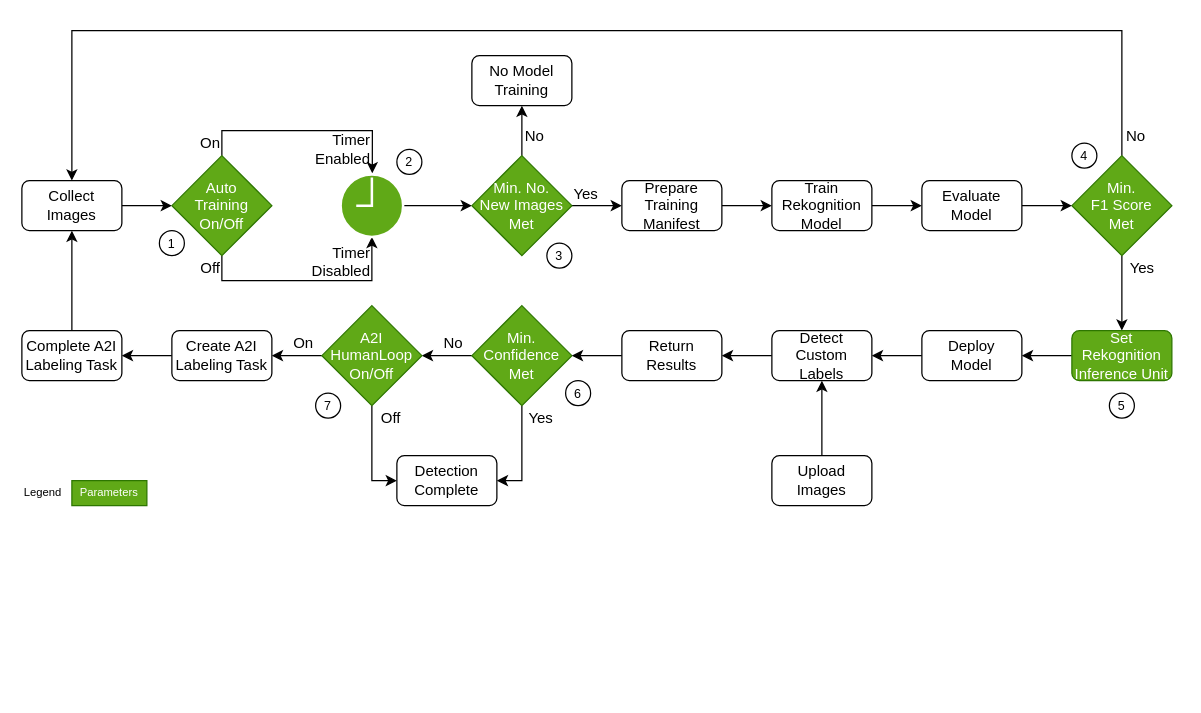
Above: assets/automated_workflow.drawio in aws-samples/amazon-rekognition-custom-labels-a2i-automated-continuous-model-improvement (draw.io), before the change. Source tidied: cells renumbered, new cells numbered last; positions are measured from the earlier drawing's top-left corner, leaving out a move shared by most shapes. Both pictures are drawn from the tidied source at 125%, with x=0, y=0 at pixel (21, 30).
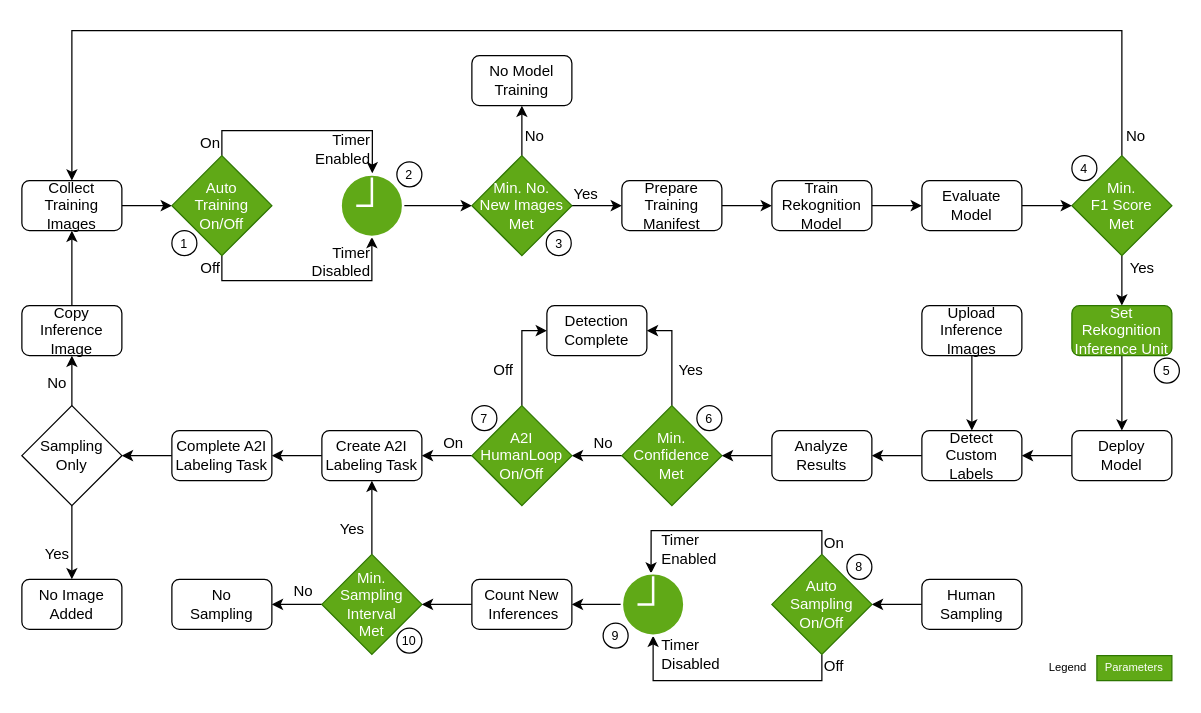
Above is the later version.

Change to the diagram source:
```diff
@@
-    <mxCell id="3" value="Collect&lt;br&gt;Images" style="whiteSpace=wrap;html=1;rounded=1;" parent="1" vertex="1">
+    <mxCell id="3" value="Collect Training&lt;br&gt;Images" style="whiteSpace=wrap;html=1;rounded=1;spacing=2;" parent="1" vertex="1">
       <mxGeometry y="120" width="80" height="40" as="geometry" />
     </mxCell>
@@
-    <mxCell id="23" style="edgeStyle=orthogonalEdgeStyle;rounded=0;jettySize=auto;html=1;exitX=0;exitY=0.5;exitDx=0;exitDy=0;entryX=1;entryY=0.5;entryDx=0;entryDy=0;fontSize=12;fontColor=#000000;" parent="1" edge="1" source="24" target="26">
+    <mxCell id="23" style="edgeStyle=orthogonalEdgeStyle;rounded=0;jettySize=auto;html=1;entryX=0.5;entryY=0;entryDx=0;entryDy=0;fontSize=12;fontColor=#000000;exitX=0.5;exitY=1;exitDx=0;exitDy=0;" parent="1" edge="1" source="24" target="26">
       <mxGeometry relative="1" as="geometry" />
     </mxCell>
     <mxCell id="24" value="Set Rekognition Inference Unit" style="whiteSpace=wrap;html=1;rounded=1;strokeColor=#2D7600;fillColor=#60a917;fontColor=#ffffff;" parent="1" vertex="1">
-      <mxGeometry x="840" y="240" width="80" height="40" as="geometry" />
+      <mxGeometry x="840" y="220" width="80" height="40" as="geometry" />
     </mxCell>
@@
     <mxCell id="26" value="Deploy&lt;br&gt;Model" style="whiteSpace=wrap;html=1;rounded=1;" parent="1" vertex="1">
-      <mxGeometry x="720" y="240" width="80" height="40" as="geometry" />
+      <mxGeometry x="840" y="320" width="80" height="40" as="geometry" />
     </mxCell>
@@
     <mxCell id="28" value="Detect&lt;br&gt;Custom Labels" style="whiteSpace=wrap;html=1;rounded=1;" parent="1" vertex="1">
-      <mxGeometry x="600" y="240" width="80" height="40" as="geometry" />
+      <mxGeometry x="720" y="320" width="80" height="40" as="geometry" />
     </mxCell>
-    <mxCell id="29" style="edgeStyle=orthogonalEdgeStyle;rounded=0;jettySize=auto;html=1;fontSize=12;fontColor=#000000;entryX=0.5;entryY=1;entryDx=0;entryDy=0;" parent="1" edge="1" source="30" target="28">
-      <mxGeometry relative="1" as="geometry" />
-    </mxCell>
-    <mxCell id="30" value="Upload&lt;br&gt;Images" style="whiteSpace=wrap;html=1;rounded=1;" parent="1" vertex="1">
-      <mxGeometry x="600" y="340" width="80" height="40" as="geometry" />
-    </mxCell>
@@
-    <mxCell id="32" style="edgeStyle=orthogonalEdgeStyle;rounded=0;jettySize=auto;html=1;entryX=1;entryY=0.5;entryDx=0;entryDy=0;fontSize=12;fontColor=#000000;" parent="1" edge="1" source="33" target="49">
+    <mxCell id="32" style="edgeStyle=orthogonalEdgeStyle;rounded=0;html=1;entryX=1;entryY=0.5;entryDx=0;entryDy=0;jettySize=auto;" parent="1" edge="1" source="33" target="49">
       <mxGeometry relative="1" as="geometry" />
     </mxCell>
     <mxCell id="33" value="Min.&lt;br&gt;Confidence&lt;br&gt;Met" style="rhombus;whiteSpace=wrap;html=1;rounded=0;strokeColor=#2D7600;fillColor=#60a917;fontColor=#ffffff;" parent="1" vertex="1">
-      <mxGeometry x="360" y="220" width="80" height="80" as="geometry" />
+      <mxGeometry x="480" y="300" width="80" height="80" as="geometry" />
     </mxCell>
-    <mxCell id="34" style="edgeStyle=orthogonalEdgeStyle;rounded=0;jettySize=auto;html=1;entryX=1;entryY=0.5;entryDx=0;entryDy=0;fontSize=12;fontColor=#000000;" parent="1" edge="1" source="35" target="33">
+    <mxCell id="34" style="edgeStyle=orthogonalEdgeStyle;rounded=0;jettySize=auto;html=1;entryX=1;entryY=0.5;entryDx=0;entryDy=0;fontSize=12;fontColor=#000000;exitX=0;exitY=0.5;exitDx=0;exitDy=0;" parent="1" edge="1" source="35" target="33">
       <mxGeometry relative="1" as="geometry" />
     </mxCell>
-    <mxCell id="35" value="Return&lt;br&gt;Results" style="whiteSpace=wrap;html=1;rounded=1;" parent="1" vertex="1">
-      <mxGeometry x="480" y="240" width="80" height="40" as="geometry" />
+    <mxCell id="35" value="Analyze&lt;br&gt;Results" style="whiteSpace=wrap;html=1;rounded=1;" parent="1" vertex="1">
+      <mxGeometry x="600" y="320" width="80" height="40" as="geometry" />
     </mxCell>
-    <mxCell id="36" style="edgeStyle=orthogonalEdgeStyle;rounded=0;jettySize=auto;html=1;entryX=1;entryY=0.5;entryDx=0;entryDy=0;fontSize=12;fontColor=#000000;" parent="1" edge="1" source="38" target="40">
+    <mxCell id="36" style="edgeStyle=orthogonalEdgeStyle;rounded=0;jettySize=auto;html=1;fontSize=12;fontColor=#000000;exitX=0;exitY=0.5;exitDx=0;exitDy=0;entryX=1;entryY=0.5;entryDx=0;entryDy=0;" parent="1" edge="1" source="38" target="40">
       <mxGeometry relative="1" as="geometry" />
     </mxCell>
-    <mxCell id="37" style="edgeStyle=orthogonalEdgeStyle;rounded=0;jettySize=auto;html=1;entryX=0;entryY=0.5;entryDx=0;entryDy=0;fontSize=12;fontColor=#000000;" parent="1" edge="1" source="38" target="49">
+    <mxCell id="37" style="edgeStyle=orthogonalEdgeStyle;rounded=0;html=1;entryX=0;entryY=0.5;entryDx=0;entryDy=0;jettySize=auto;" parent="1" edge="1" source="38" target="49">
       <mxGeometry relative="1" as="geometry" />
     </mxCell>
     <mxCell id="38" value="A2I&lt;br&gt;HumanLoop&lt;br&gt;On/Off" style="rhombus;whiteSpace=wrap;html=1;rounded=0;strokeColor=#2D7600;fillColor=#60a917;fontColor=#ffffff;" parent="1" vertex="1">
-      <mxGeometry x="240" y="220" width="80" height="80" as="geometry" />
+      <mxGeometry x="360" y="300" width="80" height="80" as="geometry" />
     </mxCell>
@@
     <mxCell id="40" value="Create A2I&lt;br&gt;Labeling Task" style="whiteSpace=wrap;html=1;rounded=1;" parent="1" vertex="1">
-      <mxGeometry x="120" y="240" width="80" height="40" as="geometry" />
+      <mxGeometry x="240" y="320" width="80" height="40" as="geometry" />
     </mxCell>
@@
     <mxCell id="43" value="Yes" style="text;html=1;align=center;verticalAlign=middle;fontSize=12;fontColor=#000000;" parent="1" vertex="1">
-      <mxGeometry x="395" y="300" width="40" height="20" as="geometry" />
+      <mxGeometry x="515" y="262" width="40" height="20" as="geometry" />
     </mxCell>
     <mxCell id="44" value="No" style="text;html=1;align=center;verticalAlign=middle;fontSize=12;fontColor=#000000;" parent="1" vertex="1">
-      <mxGeometry x="330" y="240" width="30" height="20" as="geometry" />
+      <mxGeometry x="450" y="320" width="30" height="20" as="geometry" />
     </mxCell>
     <mxCell id="45" value="Off" style="text;html=1;align=center;verticalAlign=middle;fontSize=12;fontColor=#000000;" parent="1" vertex="1">
-      <mxGeometry x="280" y="300" width="30" height="20" as="geometry" />
+      <mxGeometry x="370" y="262" width="30" height="20" as="geometry" />
     </mxCell>
     <mxCell id="46" value="On" style="text;html=1;align=center;verticalAlign=middle;fontSize=12;fontColor=#000000;" parent="1" vertex="1">
-      <mxGeometry x="210" y="240" width="30" height="20" as="geometry" />
+      <mxGeometry x="330" y="320" width="30" height="20" as="geometry" />
     </mxCell>
-    <mxCell id="47" style="edgeStyle=orthogonalEdgeStyle;rounded=0;jettySize=auto;html=1;entryX=0.5;entryY=1;entryDx=0;entryDy=0;fontSize=12;fontColor=#000000;" parent="1" edge="1" source="48" target="3">
+    <mxCell id="47" style="edgeStyle=orthogonalEdgeStyle;rounded=0;jettySize=auto;html=1;entryX=1;entryY=0.5;entryDx=0;entryDy=0;fontSize=12;fontColor=#000000;" parent="1" edge="1" source="48" target="80">
       <mxGeometry relative="1" as="geometry" />
     </mxCell>
     <mxCell id="48" value="Complete A2I&lt;br&gt;Labeling Task" style="whiteSpace=wrap;html=1;rounded=1;" parent="1" vertex="1">
-      <mxGeometry y="240" width="80" height="40" as="geometry" />
+      <mxGeometry x="120" y="320" width="80" height="40" as="geometry" />
     </mxCell>
-    <mxCell id="49" value="Detection&lt;br&gt;Complete" style="whiteSpace=wrap;html=1;rounded=1;" parent="1" vertex="1">
-      <mxGeometry x="300" y="340" width="80" height="40" as="geometry" />
-    </mxCell>
     <mxCell id="50" value="Parameters" style="whiteSpace=wrap;html=1;rounded=0;strokeColor=#2D7600;fillColor=#60a917;fontSize=9;fontColor=#ffffff;" parent="1" vertex="1">
-      <mxGeometry x="40" y="360" width="60" height="20" as="geometry" />
+      <mxGeometry x="860" y="500" width="60" height="20" as="geometry" />
     </mxCell>
     <mxCell id="51" value="Legend" style="text;html=1;align=left;verticalAlign=middle;fontSize=9;fontColor=#000000;" parent="1" vertex="1">
-      <mxGeometry y="360" width="50" height="20" as="geometry" />
+      <mxGeometry x="820" y="500" width="50" height="20" as="geometry" />
     </mxCell>
@@
     <mxCell id="57" value="1" style="ellipse;whiteSpace=wrap;html=1;rounded=0;strokeWidth=1;fontSize=10;align=center;fillColor=none;" parent="1" vertex="1">
-      <mxGeometry x="110" y="160" width="20" height="20" as="geometry" />
+      <mxGeometry x="120" y="160" width="20" height="20" as="geometry" />
     </mxCell>
     <mxCell id="58" value="2" style="ellipse;whiteSpace=wrap;html=1;rounded=0;strokeWidth=1;fillColor=none;fontSize=10;align=center;" parent="1" vertex="1">
-      <mxGeometry x="300" y="95" width="20" height="20" as="geometry" />
+      <mxGeometry x="300" y="105" width="20" height="20" as="geometry" />
     </mxCell>
     <mxCell id="59" value="3" style="ellipse;whiteSpace=wrap;html=1;rounded=0;strokeWidth=1;fillColor=none;fontSize=10;align=center;" parent="1" vertex="1">
-      <mxGeometry x="420" y="170" width="20" height="20" as="geometry" />
+      <mxGeometry x="419.5" y="160" width="20" height="20" as="geometry" />
     </mxCell>
     <mxCell id="60" value="4" style="ellipse;whiteSpace=wrap;html=1;rounded=0;strokeWidth=1;fillColor=none;fontSize=10;align=center;" parent="1" vertex="1">
-      <mxGeometry x="840" y="90" width="20" height="20" as="geometry" />
+      <mxGeometry x="840" y="100" width="20" height="20" as="geometry" />
     </mxCell>
     <mxCell id="61" value="5" style="ellipse;whiteSpace=wrap;html=1;rounded=0;strokeWidth=1;fillColor=none;fontSize=10;align=center;" parent="1" vertex="1">
-      <mxGeometry x="870" y="290" width="20" height="20" as="geometry" />
+      <mxGeometry x="906" y="262" width="20" height="20" as="geometry" />
     </mxCell>
     <mxCell id="62" value="6" style="ellipse;whiteSpace=wrap;html=1;rounded=0;strokeWidth=1;fillColor=none;fontSize=10;align=center;" parent="1" vertex="1">
-      <mxGeometry x="435" y="280" width="20" height="20" as="geometry" />
+      <mxGeometry x="540" y="300" width="20" height="20" as="geometry" />
     </mxCell>
     <mxCell id="63" value="7" style="ellipse;whiteSpace=wrap;html=1;rounded=0;strokeWidth=1;fillColor=none;fontSize=10;align=center;" parent="1" vertex="1">
-      <mxGeometry x="235" y="290" width="20" height="20" as="geometry" />
+      <mxGeometry x="360" y="300" width="20" height="20" as="geometry" />
     </mxCell>
+    <mxCell id="64" style="edgeStyle=orthogonalEdgeStyle;rounded=0;html=1;exitX=0;exitY=0.5;exitDx=0;exitDy=0;entryX=1;entryY=0.5;entryDx=0;entryDy=0;jettySize=auto;" parent="1" edge="1" source="65" target="68">
+      <mxGeometry relative="1" as="geometry" />
+    </mxCell>
+    <mxCell id="65" value="Human&lt;br&gt;Sampling" style="whiteSpace=wrap;html=1;rounded=1;" parent="1" vertex="1">
+      <mxGeometry x="720" y="439" width="80" height="40" as="geometry" />
+    </mxCell>
+    <mxCell id="66" style="edgeStyle=orthogonalEdgeStyle;rounded=0;html=1;entryX=0.467;entryY=0.007;entryDx=0;entryDy=0;entryPerimeter=0;jettySize=auto;" parent="1" edge="1" source="68" target="71">
+      <mxGeometry relative="1" as="geometry">
+        <Array as="points">
+          <mxPoint x="640" y="400" />
+          <mxPoint x="503" y="400" />
+        </Array>
+      </mxGeometry>
+    </mxCell>
+    <mxCell id="67" style="edgeStyle=orthogonalEdgeStyle;rounded=0;html=1;jettySize=auto;" parent="1" edge="1" source="68" target="71">
+      <mxGeometry relative="1" as="geometry">
+        <Array as="points">
+          <mxPoint x="640" y="520" />
+          <mxPoint x="505" y="520" />
+        </Array>
+      </mxGeometry>
+    </mxCell>
+    <mxCell id="68" value="Auto&lt;br&gt;Sampling&lt;br&gt;On/Off" style="rhombus;whiteSpace=wrap;html=1;rounded=0;strokeColor=#2D7600;fillColor=#60a917;fontColor=#ffffff;" parent="1" vertex="1">
+      <mxGeometry x="600" y="419" width="80" height="80" as="geometry" />
+    </mxCell>
+    <mxCell id="69" value="8" style="ellipse;whiteSpace=wrap;html=1;rounded=0;strokeWidth=1;fontSize=10;align=center;fillColor=none;" parent="1" vertex="1">
+      <mxGeometry x="660" y="419" width="20" height="20" as="geometry" />
+    </mxCell>
+    <mxCell id="70" style="edgeStyle=orthogonalEdgeStyle;rounded=0;html=1;entryX=1;entryY=0.5;entryDx=0;entryDy=0;jettySize=auto;" parent="1" edge="1" source="71" target="77">
+      <mxGeometry relative="1" as="geometry" />
+    </mxCell>
+    <mxCell id="71" style="html=1;verticalLabelPosition=bottom;align=center;labelBackgroundColor=#ffffff;verticalAlign=top;strokeWidth=2;strokeColor=#ffffff;shadow=0;dashed=0;shape=mxgraph.ios7.icons.clock;fillColor=#60a917;fontColor=#ffffff;" parent="1" vertex="1">
+      <mxGeometry x="480" y="434" width="50" height="50" as="geometry" />
+    </mxCell>
+    <mxCell id="72" value="9" style="ellipse;whiteSpace=wrap;html=1;rounded=0;strokeWidth=1;fillColor=none;fontSize=10;align=center;" parent="1" vertex="1">
+      <mxGeometry x="465" y="474" width="20" height="20" as="geometry" />
+    </mxCell>
+    <mxCell id="73" style="edgeStyle=orthogonalEdgeStyle;rounded=0;html=1;entryX=0.5;entryY=1;entryDx=0;entryDy=0;jettySize=auto;" parent="1" edge="1" source="75" target="40">
+      <mxGeometry relative="1" as="geometry" />
+    </mxCell>
+    <mxCell id="74" style="edgeStyle=orthogonalEdgeStyle;rounded=0;html=1;entryX=1;entryY=0.5;entryDx=0;entryDy=0;jettySize=auto;" parent="1" edge="1" source="75" target="86">
+      <mxGeometry relative="1" as="geometry" />
+    </mxCell>
+    <mxCell id="75" value="Min.&lt;br&gt;Sampling&lt;br&gt;Interval&lt;br&gt;Met" style="rhombus;whiteSpace=wrap;html=1;rounded=0;strokeColor=#2D7600;fillColor=#60a917;fontColor=#ffffff;" parent="1" vertex="1">
+      <mxGeometry x="240" y="419" width="80" height="80" as="geometry" />
+    </mxCell>
+    <mxCell id="76" style="edgeStyle=orthogonalEdgeStyle;rounded=0;html=1;entryX=1;entryY=0.5;entryDx=0;entryDy=0;jettySize=auto;" parent="1" edge="1" source="77" target="75">
+      <mxGeometry relative="1" as="geometry" />
+    </mxCell>
+    <mxCell id="77" value="Count New&lt;br&gt;&amp;nbsp;Inferences" style="whiteSpace=wrap;html=1;rounded=1;" parent="1" vertex="1">
+      <mxGeometry x="360" y="439" width="80" height="40" as="geometry" />
+    </mxCell>
+    <mxCell id="78" style="edgeStyle=orthogonalEdgeStyle;rounded=0;html=1;entryX=0.5;entryY=0;entryDx=0;entryDy=0;jettySize=auto;exitX=0.5;exitY=1;exitDx=0;exitDy=0;" parent="1" edge="1" source="80" target="81">
+      <mxGeometry relative="1" as="geometry" />
+    </mxCell>
+    <mxCell id="79" style="edgeStyle=orthogonalEdgeStyle;rounded=0;html=1;exitX=0.5;exitY=0;exitDx=0;exitDy=0;entryX=0.5;entryY=1;entryDx=0;entryDy=0;jettySize=auto;" parent="1" edge="1" source="80" target="83">
+      <mxGeometry relative="1" as="geometry" />
+    </mxCell>
+    <mxCell id="80" value="Sampling&lt;br&gt;Only" style="rhombus;whiteSpace=wrap;html=1;rounded=0;strokeColor=#000000;fillColor=#ffffff;" parent="1" vertex="1">
+      <mxGeometry y="300" width="80" height="80" as="geometry" />
+    </mxCell>
+    <mxCell id="81" value="No Image&lt;br&gt;Added" style="whiteSpace=wrap;html=1;rounded=1;" parent="1" vertex="1">
+      <mxGeometry y="439" width="80" height="40" as="geometry" />
+    </mxCell>
+    <mxCell id="82" style="edgeStyle=orthogonalEdgeStyle;rounded=0;html=1;entryX=0.5;entryY=1;entryDx=0;entryDy=0;jettySize=auto;" parent="1" edge="1" source="83" target="3">
+      <mxGeometry relative="1" as="geometry" />
+    </mxCell>
+    <mxCell id="83" value="Copy Inference&lt;br&gt;Image" style="whiteSpace=wrap;html=1;rounded=1;" parent="1" vertex="1">
+      <mxGeometry y="220" width="80" height="40" as="geometry" />
+    </mxCell>
+    <mxCell id="84" value="No" style="text;html=1;align=center;verticalAlign=middle;fontSize=12;fontColor=#000000;" parent="1" vertex="1">
+      <mxGeometry x="13" y="272" width="30" height="20" as="geometry" />
+    </mxCell>
+    <mxCell id="85" value="Yes" style="text;html=1;align=center;verticalAlign=middle;fontSize=12;fontColor=#000000;" parent="1" vertex="1">
+      <mxGeometry x="8" y="409" width="40" height="20" as="geometry" />
+    </mxCell>
+    <mxCell id="86" value="No &lt;br&gt;Sampling" style="whiteSpace=wrap;html=1;rounded=1;" parent="1" vertex="1">
+      <mxGeometry x="120" y="439" width="80" height="40" as="geometry" />
+    </mxCell>
+    <mxCell id="87" value="No" style="text;html=1;align=center;verticalAlign=middle;fontSize=12;fontColor=#000000;" parent="1" vertex="1">
+      <mxGeometry x="210" y="439" width="30" height="20" as="geometry" />
+    </mxCell>
+    <mxCell id="88" value="Yes" style="text;html=1;align=center;verticalAlign=middle;fontSize=12;fontColor=#000000;" parent="1" vertex="1">
+      <mxGeometry x="244" y="389" width="40" height="20" as="geometry" />
+    </mxCell>
+    <mxCell id="49" value="Detection&lt;br&gt;Complete" style="whiteSpace=wrap;html=1;rounded=1;" parent="1" vertex="1">
+      <mxGeometry x="420" y="220" width="80" height="40" as="geometry" />
+    </mxCell>
+    <mxCell id="89" style="edgeStyle=orthogonalEdgeStyle;rounded=0;html=1;entryX=0.5;entryY=0;entryDx=0;entryDy=0;jettySize=auto;" parent="1" edge="1" source="90" target="28">
+      <mxGeometry relative="1" as="geometry" />
+    </mxCell>
+    <mxCell id="90" value="Upload Inference&lt;br&gt;Images" style="whiteSpace=wrap;html=1;rounded=1;" parent="1" vertex="1">
+      <mxGeometry x="720" y="220" width="80" height="40" as="geometry" />
+    </mxCell>
+    <mxCell id="91" value="On" style="text;html=1;align=left;verticalAlign=middle;fontSize=12;fontColor=#000000;" parent="1" vertex="1">
+      <mxGeometry x="640" y="400" width="30" height="20" as="geometry" />
+    </mxCell>
+    <mxCell id="92" value="Off" style="text;html=1;align=left;verticalAlign=middle;fontSize=12;fontColor=#000000;" parent="1" vertex="1">
+      <mxGeometry x="640" y="499" width="30" height="20" as="geometry" />
+    </mxCell>
+    <mxCell id="93" value="Timer&lt;br style=&quot;font-size: 12px;&quot;&gt;Enabled" style="text;html=1;align=left;verticalAlign=middle;fontSize=12;fontColor=#000000;" parent="1" vertex="1">
+      <mxGeometry x="510" y="400" width="60" height="30" as="geometry" />
+    </mxCell>
+    <mxCell id="94" value="Timer&lt;br style=&quot;font-size: 12px;&quot;&gt;Disabled" style="text;html=1;align=left;verticalAlign=middle;fontSize=12;fontColor=#000000;" parent="1" vertex="1">
+      <mxGeometry x="510" y="484" width="60" height="30" as="geometry" />
+    </mxCell>
+    <mxCell id="95" value="10" style="ellipse;whiteSpace=wrap;html=1;rounded=0;strokeWidth=1;fillColor=none;fontSize=10;align=center;" parent="1" vertex="1">
+      <mxGeometry x="300" y="478" width="20" height="20" as="geometry" />
+    </mxCell>
```
